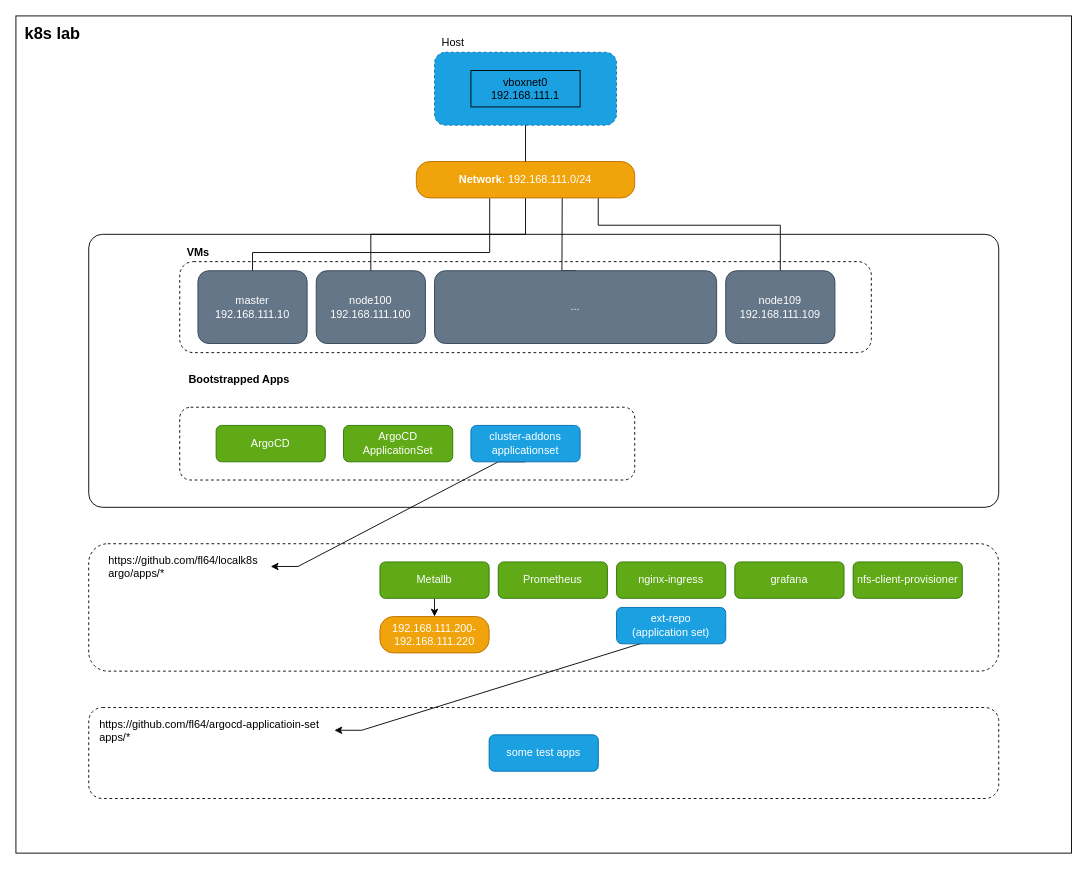
Before: scheme/localk8s.drawio in fl64/localk8s, a draw.io diagram. Source tidied: cells renumbered, new cells numbered last; positions are measured from the earlier drawing's top-left corner, leaving out a move shared by most shapes. Both pictures are drawn from the tidied source at 91%, with x=0, y=0 at pixel (15, 15).
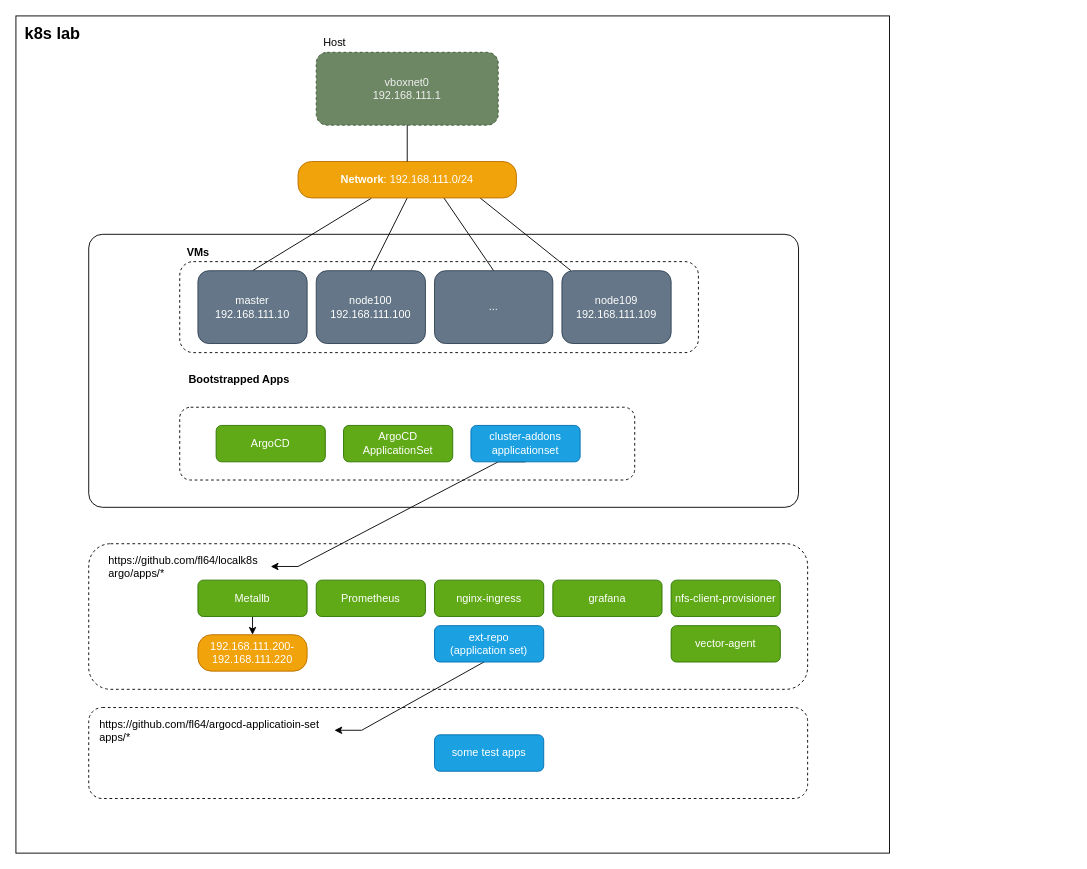
The same diagram, later.

Unchanged cells that the change refers to:
```xml
<mxCell id="10" value="master&lt;br&gt;192.168.111.10" style="rounded=1;whiteSpace=wrap;html=1;fillColor=#647687;strokeColor=#314354;fontColor=#ffffff;" parent="1" vertex="1">
  <mxGeometry x="200" y="280" width="120" height="80" as="geometry" />
</mxCell>
<mxCell id="12" value="node100&lt;br&gt;192.168.111.100" style="rounded=1;whiteSpace=wrap;html=1;fillColor=#647687;strokeColor=#314354;fontColor=#ffffff;" parent="1" vertex="1">
  <mxGeometry x="330" y="280" width="120" height="80" as="geometry" />
</mxCell>
```

Change to the diagram source:
```diff
@@
     <mxCell id="2" style="rounded=0;whiteSpace=wrap;html=1;align=left;" parent="1" vertex="1">
-      <mxGeometry width="1160" height="920" as="geometry" />
+      <mxGeometry width="960" height="920" as="geometry" />
     </mxCell>
     <mxCell id="3" style="rounded=1;whiteSpace=wrap;html=1;dashed=1;" parent="1" vertex="1">
-      <mxGeometry x="80" y="760" width="1000" height="100" as="geometry" />
+      <mxGeometry x="80" y="760" width="790" height="100" as="geometry" />
     </mxCell>
     <mxCell id="4" style="rounded=1;whiteSpace=wrap;html=1;arcSize=5;" parent="1" vertex="1">
-      <mxGeometry x="80" y="240" width="1000" height="300" as="geometry" />
+      <mxGeometry x="80" y="240" width="780" height="300" as="geometry" />
     </mxCell>
     <mxCell id="5" style="rounded=1;whiteSpace=wrap;html=1;dashed=1;" parent="1" vertex="1">
-      <mxGeometry x="180" y="270" width="760" height="100" as="geometry" />
+      <mxGeometry x="180" y="270" width="570" height="100" as="geometry" />
     </mxCell>
     <mxCell id="6" style="rounded=1;whiteSpace=wrap;html=1;dashed=1;" parent="1" vertex="1">
-      <mxGeometry x="80" y="580" width="1000" height="140" as="geometry" />
+      <mxGeometry x="80" y="580" width="790" height="160" as="geometry" />
     </mxCell>
@@
-    <mxCell id="8" style="shape=ext;double=0;rounded=1;whiteSpace=wrap;html=1;dashed=1;fillColor=#1ba1e2;strokeColor=#006EAF;fontColor=#ffffff;" parent="1" vertex="1">
-      <mxGeometry x="460" y="40" width="200" height="80" as="geometry" />
+    <mxCell id="8" value="&lt;span style=&quot;color: rgb(240 , 240 , 240)&quot;&gt;vboxnet0&lt;/span&gt;&lt;br style=&quot;color: rgb(240 , 240 , 240)&quot;&gt;&lt;span style=&quot;color: rgb(240 , 240 , 240)&quot;&gt;192.168.111.1&lt;/span&gt;" style="shape=ext;double=0;rounded=1;whiteSpace=wrap;html=1;dashed=1;fillColor=#6d8764;strokeColor=#3A5431;fontColor=#ffffff;" parent="1" vertex="1">
+      <mxGeometry x="330" y="40" width="200" height="80" as="geometry" />
     </mxCell>
-    <mxCell id="9" style="rounded=0;jettySize=auto;html=1;exitX=0.5;exitY=0;exitDx=0;exitDy=0;endArrow=none;endFill=0;edgeStyle=orthogonalEdgeStyle;entryX=0.336;entryY=1.007;entryDx=0;entryDy=0;entryPerimeter=0;" parent="1" edge="1" source="10" target="16">
-      <mxGeometry relative="1" as="geometry">
-        <Array as="points">
-          <mxPoint x="420" y="260" />
-          <mxPoint x="521" y="260" />
-          <mxPoint x="521" y="200" />
-        </Array>
-      </mxGeometry>
+    <mxCell id="9" style="rounded=0;jettySize=auto;html=1;exitX=0.5;exitY=0;exitDx=0;exitDy=0;endArrow=none;endFill=0;entryX=0.336;entryY=1.007;entryDx=0;entryDy=0;entryPerimeter=0;" parent="1" edge="1" source="10" target="16">
+      <mxGeometry relative="1" as="geometry" />
     </mxCell>
@@
-    <mxCell id="11" style="rounded=0;jettySize=auto;html=1;exitX=0.5;exitY=0;exitDx=0;exitDy=0;entryX=0.5;entryY=1;entryDx=0;entryDy=0;endArrow=none;endFill=0;edgeStyle=orthogonalEdgeStyle;" parent="1" edge="1" source="12" target="16">
+    <mxCell id="11" style="rounded=0;jettySize=auto;html=1;exitX=0.5;exitY=0;exitDx=0;exitDy=0;entryX=0.5;entryY=1;entryDx=0;entryDy=0;endArrow=none;endFill=0;" parent="1" edge="1" source="12" target="16">
       <mxGeometry relative="1" as="geometry" />
     </mxCell>
@@
-    <mxCell id="13" style="rounded=0;jettySize=auto;html=1;exitX=0.5;exitY=0;exitDx=0;exitDy=0;endArrow=none;endFill=0;entryX=0.668;entryY=1;entryDx=0;entryDy=0;edgeStyle=orthogonalEdgeStyle;entryPerimeter=0;" parent="1" edge="1" source="14" target="16">
-      <mxGeometry relative="1" as="geometry">
-        <Array as="points">
-          <mxPoint x="600" y="280" />
-          <mxPoint x="600" y="280" />
-        </Array>
-      </mxGeometry>
+    <mxCell id="13" style="rounded=0;jettySize=auto;html=1;exitX=0.5;exitY=0;exitDx=0;exitDy=0;endArrow=none;endFill=0;entryX=0.668;entryY=1;entryDx=0;entryDy=0;entryPerimeter=0;" parent="1" edge="1" source="14" target="16">
+      <mxGeometry relative="1" as="geometry" />
     </mxCell>
     <mxCell id="14" value="..." style="rounded=1;whiteSpace=wrap;html=1;fillColor=#647687;strokeColor=#314354;fontColor=#ffffff;" parent="1" vertex="1">
-      <mxGeometry x="460" y="280" width="310" height="80" as="geometry" />
+      <mxGeometry x="460" y="280" width="130" height="80" as="geometry" />
     </mxCell>
-    <mxCell id="15" style="rounded=0;jettySize=auto;html=1;exitX=0.833;exitY=0.997;exitDx=0;exitDy=0;endArrow=none;endFill=0;edgeStyle=orthogonalEdgeStyle;exitPerimeter=0;" parent="1" edge="1" source="16" target="20">
-      <mxGeometry relative="1" as="geometry">
-        <Array as="points">
-          <mxPoint x="640" y="230" />
-          <mxPoint x="840" y="230" />
-        </Array>
-      </mxGeometry>
+    <mxCell id="15" style="rounded=0;jettySize=auto;html=1;exitX=0.833;exitY=0.997;exitDx=0;exitDy=0;endArrow=none;endFill=0;exitPerimeter=0;" parent="1" edge="1" source="16" target="20">
+      <mxGeometry relative="1" as="geometry" />
     </mxCell>
     <mxCell id="16" value="&lt;b&gt;Network&lt;/b&gt;: 192.168.111.0/24" style="rounded=1;whiteSpace=wrap;html=1;arcSize=37;fillColor=#f0a30a;strokeColor=#BD7000;fontColor=#ffffff;" parent="1" vertex="1">
-      <mxGeometry x="440" y="160" width="240" height="40" as="geometry" />
+      <mxGeometry x="310" y="160" width="240" height="40" as="geometry" />
     </mxCell>
@@
-    <mxCell id="18" value="vboxnet0&lt;br&gt;192.168.111.1" style="rounded=0;whiteSpace=wrap;html=1;fillColor=none;" parent="1" vertex="1">
-      <mxGeometry x="500" y="60" width="120" height="40" as="geometry" />
-    </mxCell>
     <mxCell id="19" value="Host" style="text;html=1;align=center;verticalAlign=middle;" parent="1" vertex="1">
-      <mxGeometry x="460" y="20" width="40" height="20" as="geometry" />
+      <mxGeometry x="330" y="20" width="40" height="20" as="geometry" />
     </mxCell>
     <mxCell id="20" value="node109&lt;br&gt;192.168.111.109" style="rounded=1;whiteSpace=wrap;html=1;fillColor=#647687;strokeColor=#314354;fontColor=#ffffff;" parent="1" vertex="1">
-      <mxGeometry x="780" y="280" width="120" height="80" as="geometry" />
+      <mxGeometry x="600" y="280" width="120" height="80" as="geometry" />
     </mxCell>
@@
     <mxCell id="27" value="Metallb" style="rounded=1;whiteSpace=wrap;html=1;fillColor=#60a917;strokeColor=#2D7600;fontColor=#ffffff;" parent="1" vertex="1">
-      <mxGeometry x="400" y="600" width="120" height="40" as="geometry" />
+      <mxGeometry x="200" y="620" width="120" height="40" as="geometry" />
     </mxCell>
     <mxCell id="28" value="Prometheus" style="rounded=1;whiteSpace=wrap;html=1;fillColor=#60a917;strokeColor=#2D7600;fontColor=#ffffff;" parent="1" vertex="1">
-      <mxGeometry x="530" y="600" width="120" height="40" as="geometry" />
+      <mxGeometry x="330" y="620" width="120" height="40" as="geometry" />
     </mxCell>
@@
     <mxCell id="30" value="nginx-ingress" style="rounded=1;whiteSpace=wrap;html=1;fillColor=#60a917;strokeColor=#2D7600;fontColor=#ffffff;" parent="1" vertex="1">
-      <mxGeometry x="660" y="600" width="120" height="40" as="geometry" />
+      <mxGeometry x="460" y="620" width="120" height="40" as="geometry" />
     </mxCell>
     <mxCell id="31" value="grafana" style="rounded=1;whiteSpace=wrap;html=1;fillColor=#60a917;strokeColor=#2D7600;fontColor=#ffffff;" parent="1" vertex="1">
-      <mxGeometry x="790" y="600" width="120" height="40" as="geometry" />
+      <mxGeometry x="590" y="620" width="120" height="40" as="geometry" />
     </mxCell>
     <mxCell id="32" value="nfs-client-provisioner" style="rounded=1;whiteSpace=wrap;html=1;fillColor=#60a917;strokeColor=#2D7600;fontColor=#ffffff;" parent="1" vertex="1">
-      <mxGeometry x="920" y="600" width="120" height="40" as="geometry" />
+      <mxGeometry x="720" y="620" width="120" height="40" as="geometry" />
     </mxCell>
     <mxCell id="33" value="192.168.111.200-&lt;br&gt;192.168.111.220" style="rounded=1;whiteSpace=wrap;html=1;arcSize=37;fillColor=#f0a30a;strokeColor=#BD7000;fontColor=#ffffff;" parent="1" vertex="1">
-      <mxGeometry x="400" y="660" width="120" height="40" as="geometry" />
+      <mxGeometry x="200" y="680" width="120" height="40" as="geometry" />
     </mxCell>
@@
     <mxCell id="35" value="ext-repo&lt;br&gt;(application set)" style="rounded=1;whiteSpace=wrap;html=1;fillColor=#1ba1e2;strokeColor=#006EAF;fontColor=#ffffff;" parent="1" vertex="1">
-      <mxGeometry x="660" y="650" width="120" height="40" as="geometry" />
+      <mxGeometry x="460" y="670" width="120" height="40" as="geometry" />
     </mxCell>
@@
     <mxCell id="39" value="some test apps" style="rounded=1;whiteSpace=wrap;html=1;fillColor=#1ba1e2;strokeColor=#006EAF;fontColor=#ffffff;" parent="1" vertex="1">
-      <mxGeometry x="520" y="790" width="120" height="40" as="geometry" />
+      <mxGeometry x="460" y="790" width="120" height="40" as="geometry" />
     </mxCell>
+    <mxCell id="40" value="vector-agent" style="rounded=1;whiteSpace=wrap;html=1;fillColor=#60a917;strokeColor=#2D7600;fontColor=#ffffff;" parent="1" vertex="1">
+      <mxGeometry x="720" y="670" width="120" height="40" as="geometry" />
+    </mxCell>
```
